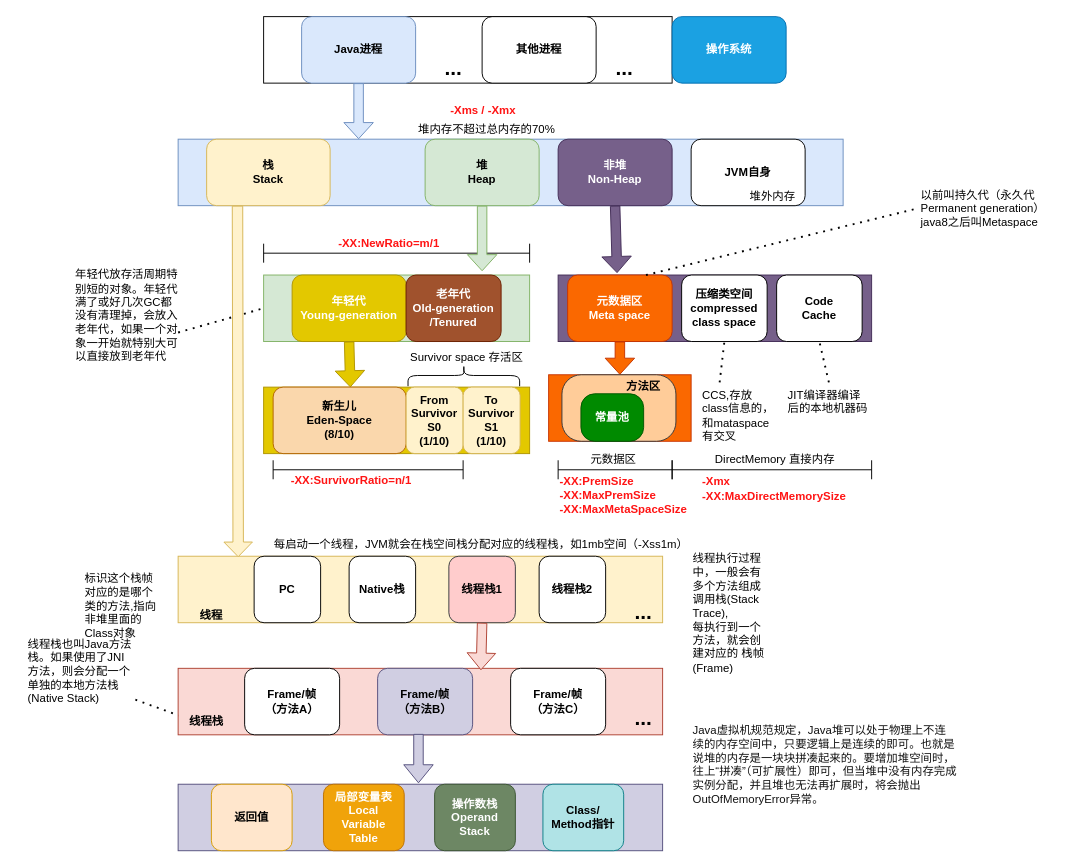
Before: page "第 1 页" (1 of 6) of jvm.drawio in YellowRQ/JAVA-000, a draw.io diagram. Source tidied: cells renumbered, new cells numbered last; positions are measured from the earlier drawing's top-left corner, leaving out a move shared by most shapes. Both pictures are drawn from the tidied source at 95%, with x=0, y=0 at pixel (26, 16).
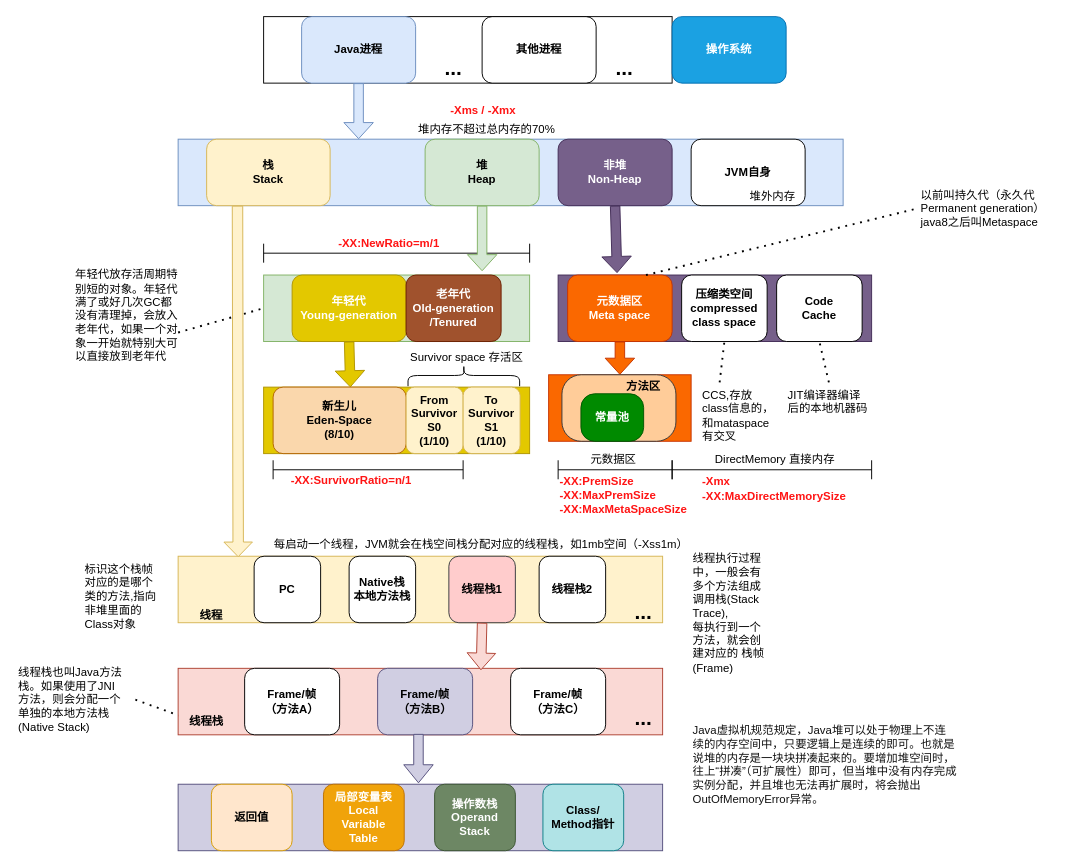
Above is the later version.

The edit, as a diff of the source:
```diff
@@
     <mxCell id="40" value="&lt;span class=&quot;fontstyle0&quot;&gt;标识这个栈帧对应的是哪个类的方法&lt;/span&gt;&lt;span class=&quot;fontstyle1&quot;&gt;,&lt;/span&gt;&lt;span class=&quot;fontstyle0&quot;&gt;指向非堆里面的&lt;/span&gt;&lt;span class=&quot;fontstyle1&quot;&gt;Class&lt;/span&gt;&lt;span class=&quot;fontstyle0&quot;&gt;对象&lt;/span&gt; &lt;br&gt;" style="text;whiteSpace=wrap;html=1;fontSize=12;" parent="1" vertex="1">
-      <mxGeometry x="60" y="578" width="80" height="60" as="geometry" />
+      <mxGeometry x="60" y="568" width="80" height="60" as="geometry" />
     </mxCell>
     <mxCell id="41" value="线程栈也叫Java方法栈。如果使用了JNI方法，则会分配一个单独的本地方法栈(Native Stack)" style="text;html=1;strokeColor=none;fillColor=none;align=left;verticalAlign=middle;whiteSpace=wrap;rounded=0;" parent="1" vertex="1">
-      <mxGeometry y="679" width="115" height="20" as="geometry" />
+      <mxGeometry x="-10" y="709" width="115" height="20" as="geometry" />
     </mxCell>
@@
-    <mxCell id="48" value="Native栈" style="rounded=1;whiteSpace=wrap;html=1;fontStyle=1;" parent="1" vertex="1">
+    <mxCell id="48" value="Native栈&lt;br&gt;本地方法栈" style="rounded=1;whiteSpace=wrap;html=1;fontStyle=1;" parent="1" vertex="1">
       <mxGeometry x="340" y="568" width="70" height="70" as="geometry" />
     </mxCell>
```
